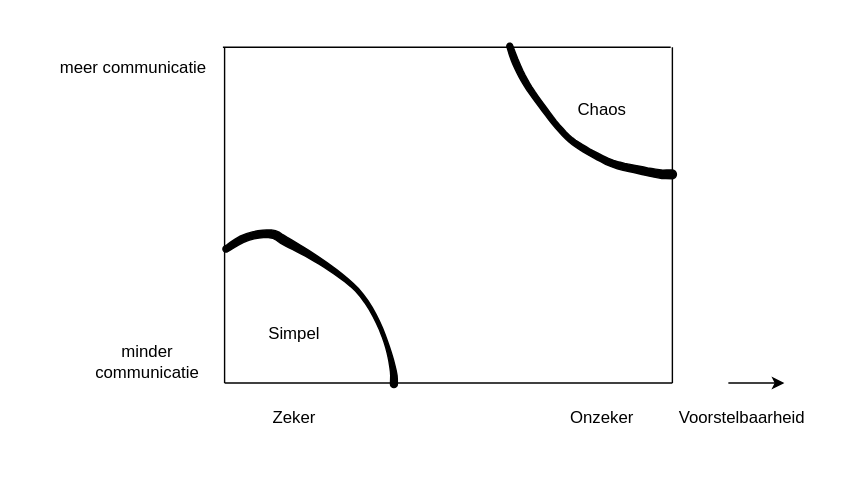
Before: src/blog/content/slides/agile/stacey.drawio.svg, a diagram exported from draw.io (martdegraaf/martdegraaf.github.io). Source tidied: cells renumbered, new cells last; positions are measured from the earlier drawing's top-left corner, leaving out a move shared by most shapes. Its diagram source:
```xml
<mxGraphModel background="#FFFFFF">
  <root>
    <mxCell id="0" />
    <mxCell id="1" parent="0" />
    <mxCell id="2" value="Onzeker" style="text;html=1;strokeColor=none;fillColor=none;align=center;verticalAlign=middle;whiteSpace=wrap;rounded=0;" parent="1" vertex="1">
      <mxGeometry x="370" y="253" width="60" height="30" as="geometry" />
    </mxCell>
    <mxCell id="3" value="Zeker" style="text;html=1;strokeColor=none;fillColor=none;align=center;verticalAlign=middle;whiteSpace=wrap;rounded=0;" parent="1" vertex="1">
      <mxGeometry x="150" y="253" width="60" height="30" as="geometry" />
    </mxCell>
    <mxCell id="4" style="endArrow=none;html=1;" parent="1" edge="1">
      <mxGeometry relative="1" as="geometry">
        <mxPoint x="130" y="243" as="sourcePoint" />
        <mxPoint x="130" y="3" as="targetPoint" />
      </mxGeometry>
    </mxCell>
    <mxCell id="5" style="endArrow=none;html=1;" parent="1" edge="1">
      <mxGeometry relative="1" as="geometry">
        <mxPoint x="130" y="243" as="sourcePoint" />
        <mxPoint x="450" y="243" as="targetPoint" />
      </mxGeometry>
    </mxCell>
    <mxCell id="6" value="Voorstelbaarheid" style="text;html=1;strokeColor=none;fillColor=none;align=center;verticalAlign=middle;whiteSpace=wrap;rounded=0;" parent="1" vertex="1">
      <mxGeometry x="470" y="253" width="60" height="30" as="geometry" />
    </mxCell>
    <mxCell id="7" value="minder communicatie" style="text;html=1;strokeColor=none;fillColor=none;align=center;verticalAlign=middle;whiteSpace=wrap;rounded=0;" parent="1" vertex="1">
      <mxGeometry x="20" y="213" width="110" height="30" as="geometry" />
    </mxCell>
    <mxCell id="8" value="meer communicatie" style="text;html=1;strokeColor=none;fillColor=none;align=center;verticalAlign=middle;whiteSpace=wrap;rounded=0;" parent="1" vertex="1">
      <mxGeometry y="3" width="130" height="30" as="geometry" />
    </mxCell>
    <mxCell id="9" style="endArrow=classic;html=1;" parent="1" edge="1">
      <mxGeometry relative="1" as="geometry">
        <mxPoint x="490" y="243" as="sourcePoint" />
        <mxPoint x="530" y="243" as="targetPoint" />
      </mxGeometry>
    </mxCell>
    <mxCell id="10" style="shape=(stored shape, 1460 characters);lineShape=1;" parent="1" vertex="1">
      <mxGeometry x="128.8" y="133.6" width="124.7" height="112.7" as="geometry" />
    </mxCell>
    <mxCell id="11" style="endArrow=none;html=1;" parent="1" edge="1">
      <mxGeometry relative="1" as="geometry">
        <mxPoint x="128.8" y="3" as="sourcePoint" />
        <mxPoint x="448.8" y="3" as="targetPoint" />
      </mxGeometry>
    </mxCell>
    <mxCell id="12" style="endArrow=none;html=1;" parent="1" edge="1">
      <mxGeometry relative="1" as="geometry">
        <mxPoint x="450" y="243" as="sourcePoint" />
        <mxPoint x="450" y="3" as="targetPoint" />
      </mxGeometry>
    </mxCell>
    <mxCell id="13" value="Simpel" style="text;html=1;strokeColor=none;fillColor=none;align=center;verticalAlign=middle;whiteSpace=wrap;rounded=0;" parent="1" vertex="1">
      <mxGeometry x="150" y="193" width="60" height="30" as="geometry" />
    </mxCell>
    <mxCell id="14" value="Chaos" style="text;html=1;strokeColor=none;fillColor=none;align=center;verticalAlign=middle;whiteSpace=wrap;rounded=0;" parent="1" vertex="1">
      <mxGeometry x="370" y="33" width="60" height="30" as="geometry" />
    </mxCell>
    <mxCell id="15" style="shape=(stored shape, 1520 characters);lineShape=1;" parent="1" vertex="1">
      <mxGeometry x="331.7" y="0.1" width="121.2" height="96.9" as="geometry" />
    </mxCell>
  </root>
</mxGraphModel>
```
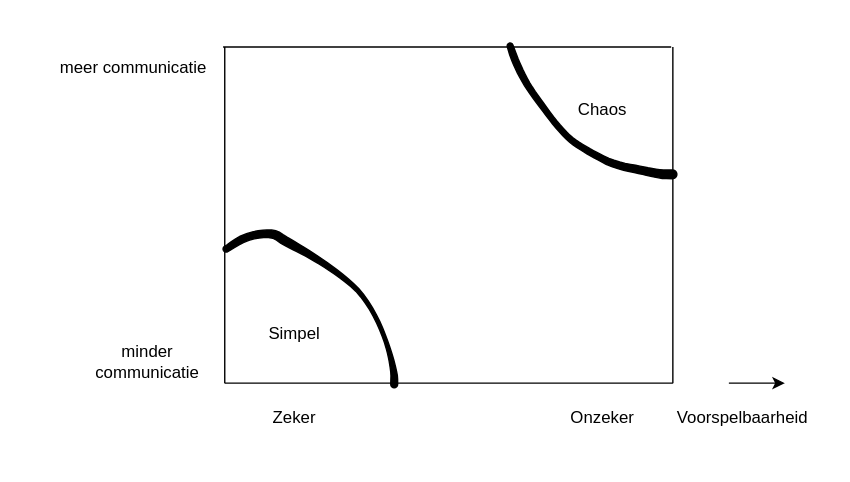
After the change.

Commit message:
chore: Update SVG file for agile slides

Diff of the diagram source:
```diff
@@ -20,7 +20,7 @@
         <mxPoint x="450" y="243" as="targetPoint" />
       </mxGeometry>
     </mxCell>
-    <mxCell id="6" value="Voorstelbaarheid" style="text;html=1;strokeColor=none;fillColor=none;align=center;verticalAlign=middle;whiteSpace=wrap;rounded=0;" parent="1" vertex="1">
+    <mxCell id="6" value="Voorspelbaarheid" style="text;html=1;strokeColor=none;fillColor=none;align=center;verticalAlign=middle;whiteSpace=wrap;rounded=0;" parent="1" vertex="1">
       <mxGeometry x="470" y="253" width="60" height="30" as="geometry" />
     </mxCell>
     <mxCell id="7" value="minder communicatie" style="text;html=1;strokeColor=none;fillColor=none;align=center;verticalAlign=middle;whiteSpace=wrap;rounded=0;" parent="1" vertex="1">
```
